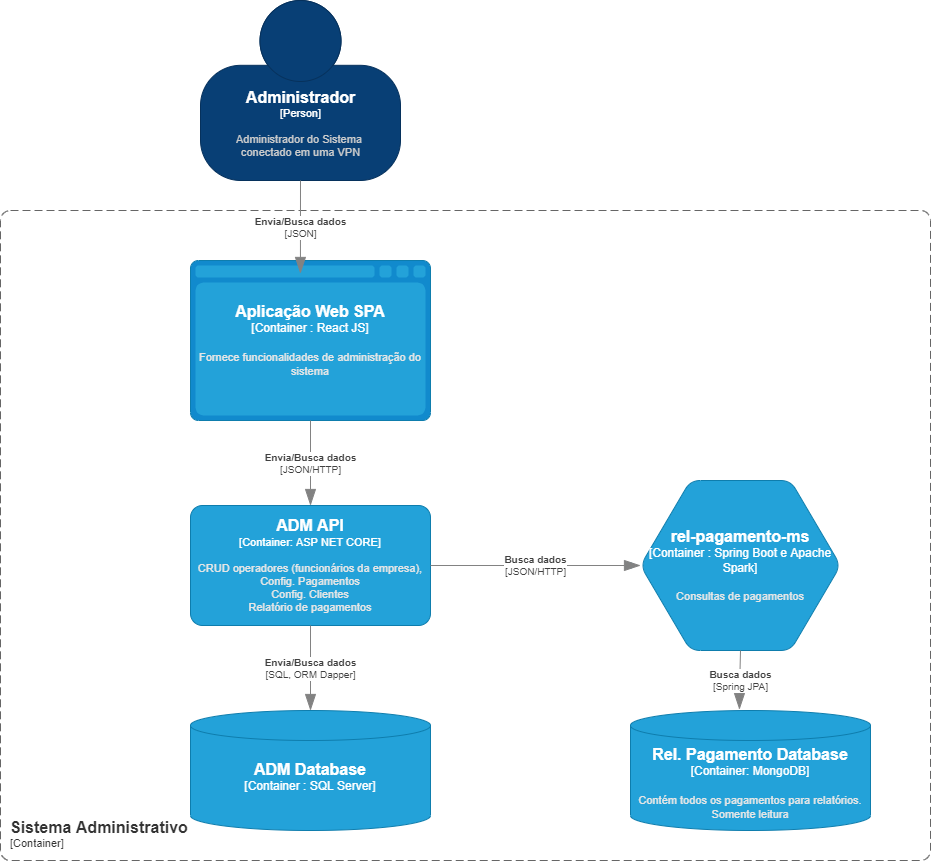
This is Container_Administrador.drawio.png from felipesalvadordev/payment-system-architecture-C4, a draw.io export, as it was before one commit. Source tidied: cells renumbered, new cells last; positions are measured from the earlier drawing's top-left corner, leaving out a move shared by most shapes.
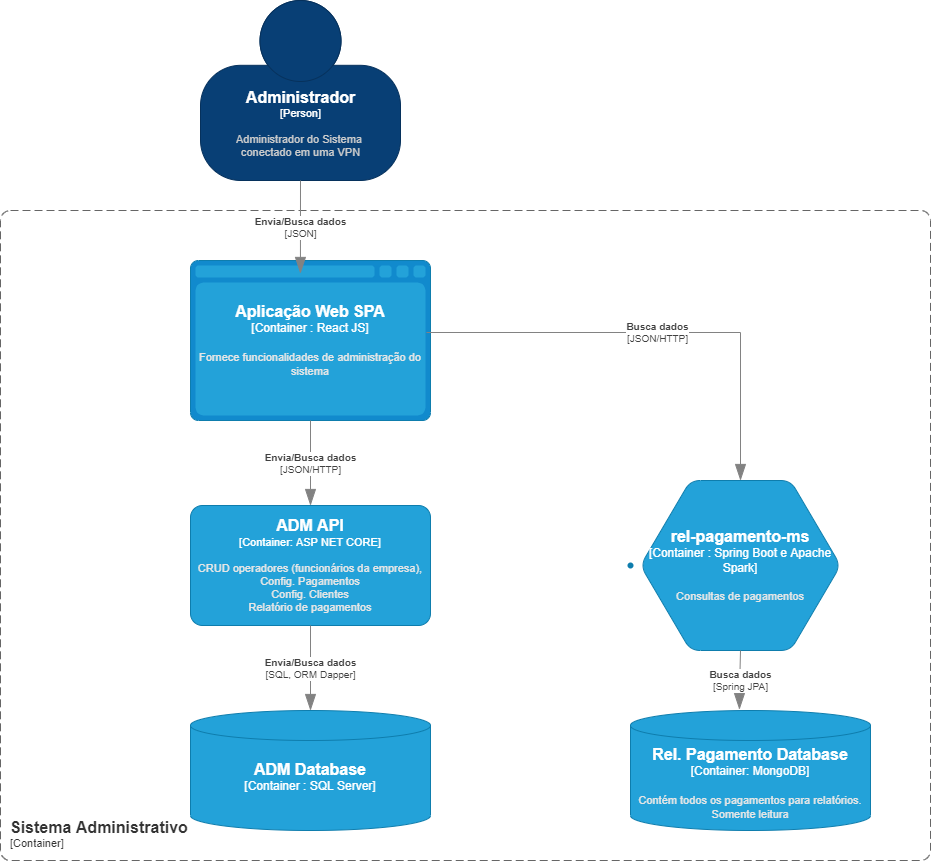
The same file after the commit.

Diff of the diagram source:
```diff
@@ -41,7 +41,7 @@
       <mxGeometry x="610" y="545" width="40" height="40" as="geometry" />
     </mxCell>
     <object id="10" label="&lt;div style=&quot;text-align: left&quot;&gt;&lt;div style=&quot;text-align: center&quot;&gt;&lt;b&gt;%c4Description%&lt;/b&gt;&lt;/div&gt;&lt;div style=&quot;text-align: center&quot;&gt;[%c4Technology%]&lt;/div&gt;&lt;/div&gt;" c4Description="Busca dados" c4Technology="JSON/HTTP" c4Type="Relationship" placeholders="1">
-      <mxCell style="endArrow=blockThin;html=1;fontSize=10;fontColor=#404040;strokeWidth=1;endFill=1;strokeColor=#828282;elbow=vertical;endSize=14;startSize=14;jumpStyle=arc;jumpSize=16;rounded=0;edgeStyle=orthogonalEdgeStyle;" parent="1" edge="1" source="8" target="7">
+      <mxCell style="endArrow=blockThin;html=1;fontSize=10;fontColor=#404040;strokeWidth=1;endFill=1;strokeColor=#828282;elbow=vertical;endSize=14;startSize=14;jumpStyle=arc;jumpSize=16;rounded=0;edgeStyle=orthogonalEdgeStyle;exitX=0.983;exitY=0.45;exitDx=0;exitDy=0;exitPerimeter=0;" parent="1" edge="1" source="3" target="7">
         <mxGeometry relative="1" as="geometry" />
       </mxCell>
     </object>
```
